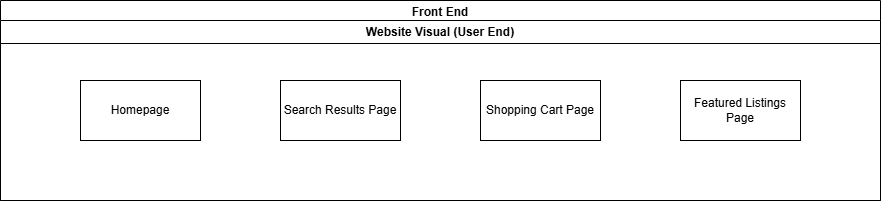
The draw.io diagram Use Case Diagrams/Architecture_Diagram/Architecture_Diagram.drawio.png in gavinbarry60/group8, before a commit. Source tidied: cells renumbered, new cells last; positions are measured from the earlier drawing's top-left corner, leaving out a move shared by most shapes.
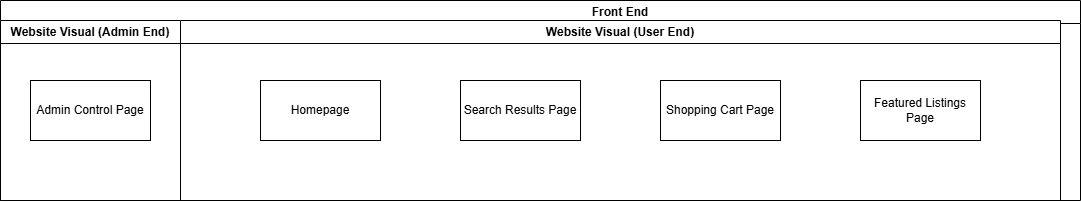
After the change.

The edit, as a diff of the source:
```diff
@@ -2,9 +2,15 @@
   <root>
     <mxCell id="0" />
     <mxCell id="1" parent="0" />
-    <mxCell id="2" value="Front End" style="swimlane;whiteSpace=wrap;html=1;" parent="1" vertex="1">
-      <mxGeometry width="880" height="200" as="geometry" />
+    <mxCell id="2" value="&lt;span style=&quot;white-space: pre;&quot;&gt;&#9;&lt;/span&gt;&lt;span style=&quot;white-space: pre;&quot;&gt;&#9;&lt;/span&gt;&lt;span style=&quot;white-space: pre;&quot;&gt;&#9;&lt;/span&gt;&lt;span style=&quot;white-space: pre;&quot;&gt;&#9;&lt;/span&gt;&lt;span style=&quot;white-space: pre;&quot;&gt;&#9;&lt;/span&gt;&lt;span style=&quot;white-space: pre;&quot;&gt;&#9;&lt;/span&gt;Front End" style="swimlane;whiteSpace=wrap;html=1;" parent="1" vertex="1">
+      <mxGeometry x="-180" width="1080" height="200" as="geometry" />
     </mxCell>
+    <mxCell id="8" value="Website Visual (Admin End)" style="swimlane;whiteSpace=wrap;html=1;" parent="2" vertex="1">
+      <mxGeometry y="20" width="180" height="180" as="geometry" />
+    </mxCell>
+    <mxCell id="9" value="Admin Control Page" style="rounded=0;whiteSpace=wrap;html=1;" parent="8" vertex="1">
+      <mxGeometry x="30" y="60" width="120" height="60" as="geometry" />
+    </mxCell>
     <mxCell id="3" value="Website Visual (User End)" style="swimlane;whiteSpace=wrap;html=1;" parent="1" vertex="1">
       <mxGeometry y="20" width="880" height="180" as="geometry" />
     </mxCell>
```
